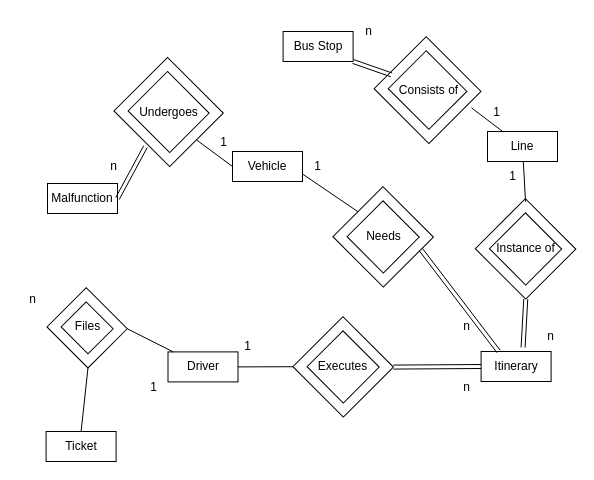
This is Untitled Diagram.drawio from kotsos2000/kotsos2000, a draw.io file, before an edit. Source tidied: cells renumbered, new cells numbered last; positions are measured from the earlier drawing's top-left corner, leaving out a move shared by most shapes. Both pictures are drawn from the tidied source at 100%, with x=0, y=0 at pixel (17, 16).
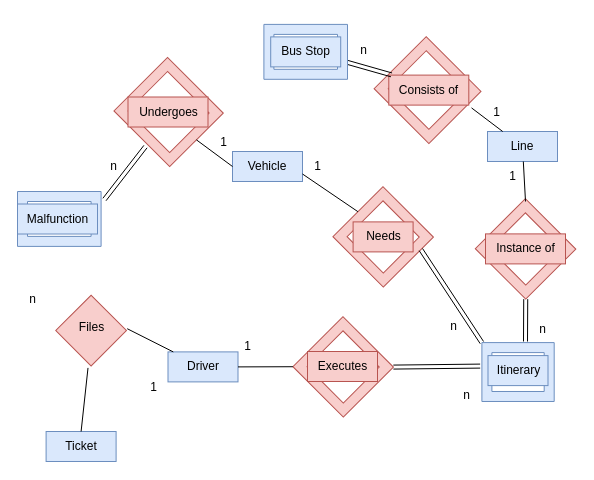
Above is the later version.

The edit, as a diff of the source:
```diff
@@
-<mxGraphModel>
+<mxGraphModel background="#ffffff">
@@
-    <mxCell id="2" value="&lt;div&gt;Vehicle&lt;/div&gt;" style="rounded=0;whiteSpace=wrap;html=1;" parent="1" vertex="1">
+    <mxCell id="2" value="&lt;div&gt;Vehicle&lt;/div&gt;" style="rounded=0;whiteSpace=wrap;html=1;fillColor=#dae8fc;strokeColor=#6c8ebf;" parent="1" vertex="1">
       <mxGeometry x="215" y="135" width="70" height="30" as="geometry" />
     </mxCell>
-    <mxCell id="3" value="&lt;div&gt;Driver&lt;/div&gt;" style="rounded=0;whiteSpace=wrap;html=1;" parent="1" vertex="1">
+    <mxCell id="3" value="&lt;div&gt;Driver&lt;/div&gt;" style="rounded=0;whiteSpace=wrap;html=1;fillColor=#dae8fc;strokeColor=#6c8ebf;" parent="1" vertex="1">
       <mxGeometry x="150.5" y="335.4" width="70" height="30" as="geometry" />
     </mxCell>
-    <mxCell id="4" value="Bus Stop" style="rounded=0;whiteSpace=wrap;html=1;" parent="1" vertex="1">
-      <mxGeometry x="265.6" y="15" width="70" height="30" as="geometry" />
-    </mxCell>
-    <mxCell id="5" value="&lt;div&gt;Line&lt;/div&gt;" style="rounded=0;whiteSpace=wrap;html=1;" parent="1" vertex="1">
+    <mxCell id="5" value="&lt;div&gt;Line&lt;/div&gt;" style="rounded=0;whiteSpace=wrap;html=1;fillColor=#dae8fc;strokeColor=#6c8ebf;" parent="1" vertex="1">
       <mxGeometry x="470" y="115" width="70" height="30" as="geometry" />
     </mxCell>
-    <mxCell id="6" value="&lt;div&gt;Itinerary&lt;/div&gt;" style="rounded=0;whiteSpace=wrap;html=1;" parent="1" vertex="1">
-      <mxGeometry x="463.6" y="335" width="70" height="30" as="geometry" />
-    </mxCell>
-    <mxCell id="7" value="&lt;div&gt;Malfunction&lt;/div&gt;" style="rounded=0;whiteSpace=wrap;html=1;" parent="1" vertex="1">
-      <mxGeometry x="30" y="167" width="70" height="30" as="geometry" />
-    </mxCell>
-    <mxCell id="8" value="&lt;div&gt;Ticket&lt;/div&gt;" style="rounded=0;whiteSpace=wrap;html=1;" parent="1" vertex="1">
+    <mxCell id="8" value="&lt;div&gt;Ticket&lt;/div&gt;" style="rounded=0;whiteSpace=wrap;html=1;fillColor=#dae8fc;strokeColor=#6c8ebf;" parent="1" vertex="1">
       <mxGeometry x="28.6" y="415" width="70" height="30" as="geometry" />
     </mxCell>
-    <mxCell id="9" style="verticalLabelPosition=bottom;verticalAlign=top;html=1;shape=mxgraph.basic.frame;dx=10;rotation=45;" parent="1" vertex="1">
+    <mxCell id="9" style="verticalLabelPosition=bottom;verticalAlign=top;html=1;shape=mxgraph.basic.frame;dx=10;rotation=45;fillColor=#f8cecc;strokeColor=#b85450;" parent="1" vertex="1">
       <mxGeometry x="472.4" y="197" width="71.3" height="70.8" as="geometry" />
     </mxCell>
-    <mxCell id="10" value="Instance of" style="text;html=1;align=center;verticalAlign=middle;strokeColor=none;fillColor=none;" parent="1" vertex="1">
+    <mxCell id="10" value="Instance of" style="text;html=1;align=center;verticalAlign=middle;strokeColor=#b85450;fillColor=#f8cecc;" parent="1" vertex="1">
       <mxGeometry x="468" y="217.4" width="80" height="30" as="geometry" />
     </mxCell>
@@
-    <mxCell id="12" style="shape=link;html=1;rounded=0;exitX=0.6;exitY=-0.133;exitDx=0;exitDy=0;exitPerimeter=0;entryX=1;entryY=1;entryDx=0;entryDy=0;entryPerimeter=0;" parent="1" edge="1" source="6" target="9">
-      <mxGeometry relative="1" as="geometry" />
+    <mxCell id="12" style="shape=link;html=1;rounded=0;entryX=1;entryY=1;entryDx=0;entryDy=0;entryPerimeter=0;" parent="1" edge="1" target="9">
+      <mxGeometry relative="1" as="geometry">
+        <mxPoint x="508" y="325" as="sourcePoint" />
+      </mxGeometry>
     </mxCell>
@@
     <mxCell id="14" value="n" style="text;html=1;align=center;verticalAlign=middle;strokeColor=none;fillColor=none;" parent="1" vertex="1">
-      <mxGeometry x="518" y="305" width="30" height="30" as="geometry" />
+      <mxGeometry x="510" y="297.8" width="30" height="30" as="geometry" />
     </mxCell>
-    <mxCell id="15" style="verticalLabelPosition=bottom;verticalAlign=top;html=1;shape=mxgraph.basic.frame;dx=10;rotation=45;" parent="1" vertex="1">
+    <mxCell id="15" style="verticalLabelPosition=bottom;verticalAlign=top;html=1;shape=mxgraph.basic.frame;dx=10;rotation=45;fillColor=#f8cecc;strokeColor=#b85450;" parent="1" vertex="1">
       <mxGeometry x="290" y="315" width="71.3" height="70.8" as="geometry" />
     </mxCell>
-    <mxCell id="16" value="Executes" style="text;html=1;align=center;verticalAlign=middle;strokeColor=none;fillColor=none;" parent="1" vertex="1">
+    <mxCell id="16" value="Executes" style="text;html=1;align=center;verticalAlign=middle;strokeColor=#b85450;fillColor=#f8cecc;" parent="1" vertex="1">
       <mxGeometry x="290" y="335" width="70" height="30" as="geometry" />
     </mxCell>
@@
-    <mxCell id="18" style="shape=link;html=1;rounded=0;exitX=1;exitY=0;exitDx=0;exitDy=0;exitPerimeter=0;entryX=0;entryY=0.5;entryDx=0;entryDy=0;" parent="1" edge="1" source="15" target="6">
+    <mxCell id="18" style="shape=link;html=1;rounded=0;exitX=1;exitY=0;exitDx=0;exitDy=0;exitPerimeter=0;entryX=1.024;entryY=0.601;entryDx=0;entryDy=0;entryPerimeter=0;" parent="1" edge="1" source="15" target="45">
       <mxGeometry relative="1" as="geometry" />
     </mxCell>
@@
     <mxCell id="20" value="n" style="text;html=1;align=center;verticalAlign=middle;strokeColor=none;fillColor=none;" parent="1" vertex="1">
-      <mxGeometry x="433.6" y="355.8" width="30" height="30" as="geometry" />
+      <mxGeometry x="433.6" y="363.9" width="30" height="30" as="geometry" />
     </mxCell>
-    <mxCell id="21" style="verticalLabelPosition=bottom;verticalAlign=top;html=1;shape=mxgraph.basic.frame;dx=10;rotation=45;" parent="1" vertex="1">
+    <mxCell id="21" style="verticalLabelPosition=bottom;verticalAlign=top;html=1;shape=mxgraph.basic.frame;dx=10;rotation=45;fillColor=#f8cecc;strokeColor=#b85450;" parent="1" vertex="1">
       <mxGeometry x="330" y="185" width="71.3" height="70.8" as="geometry" />
     </mxCell>
@@
-    <mxCell id="23" style="shape=link;html=1;rounded=0;exitX=0;exitY=0;exitDx=71.28;exitDy=17.7;exitPerimeter=0;entryX=0.25;entryY=0;entryDx=0;entryDy=0;" parent="1" edge="1" source="21" target="6">
+    <mxCell id="23" style="shape=link;html=1;rounded=0;exitX=0;exitY=0;exitDx=71.28;exitDy=17.7;exitPerimeter=0;entryX=1;entryY=1;entryDx=0;entryDy=0;entryPerimeter=0;" parent="1" edge="1" source="21" target="45">
       <mxGeometry relative="1" as="geometry" />
     </mxCell>
-    <mxCell id="24" value="Needs" style="text;html=1;align=center;verticalAlign=middle;strokeColor=none;fillColor=none;" parent="1" vertex="1">
+    <mxCell id="24" value="Needs" style="text;html=1;align=center;verticalAlign=middle;strokeColor=#b85450;fillColor=#f8cecc;" parent="1" vertex="1">
       <mxGeometry x="335.6" y="205.4" width="60" height="30" as="geometry" />
     </mxCell>
@@
     <mxCell id="26" value="n" style="text;html=1;align=center;verticalAlign=middle;strokeColor=none;fillColor=none;" parent="1" vertex="1">
-      <mxGeometry x="433.6" y="295" width="30" height="30" as="geometry" />
+      <mxGeometry x="421.3" y="295" width="30" height="30" as="geometry" />
     </mxCell>
-    <mxCell id="27" style="verticalLabelPosition=bottom;verticalAlign=top;html=1;shape=mxgraph.basic.frame;dx=10;rotation=45;" parent="1" vertex="1">
+    <mxCell id="27" style="verticalLabelPosition=bottom;verticalAlign=top;html=1;shape=mxgraph.basic.frame;dx=10;rotation=45;fillColor=#f8cecc;strokeColor=#b85450;" parent="1" vertex="1">
       <mxGeometry x="371.3" y="36.7" width="77.5" height="73.7" as="geometry" />
     </mxCell>
-    <mxCell id="28" value="Consists of" style="text;html=1;align=center;verticalAlign=middle;points=[];strokeColor=none;fillColor=none;" parent="1" vertex="1">
+    <mxCell id="28" value="Consists of" style="text;html=1;align=center;verticalAlign=middle;points=[];strokeColor=#b85450;fillColor=#f8cecc;" parent="1" vertex="1">
       <mxGeometry x="371.3" y="58.6" width="80" height="30" as="geometry" />
     </mxCell>
@@
-    <mxCell id="30" style="shape=link;html=1;rounded=0;exitX=1;exitY=1;exitDx=0;exitDy=0;entryX=0.034;entryY=-0.007;entryDx=0;entryDy=0;entryPerimeter=0;" parent="1" edge="1" source="4" target="28">
+    <mxCell id="30" style="shape=link;html=1;rounded=0;exitX=0;exitY=0;exitDx=0;exitDy=16.9275;entryX=0.034;entryY=-0.007;entryDx=0;entryDy=0;entryPerimeter=0;exitPerimeter=0;" parent="1" edge="1" source="46" target="28">
       <mxGeometry relative="1" as="geometry" />
     </mxCell>
-    <mxCell id="31" style="verticalLabelPosition=bottom;verticalAlign=top;html=1;shape=mxgraph.basic.frame;dx=10;rotation=45;" parent="1" vertex="1">
+    <mxCell id="31" style="verticalLabelPosition=bottom;verticalAlign=top;html=1;shape=mxgraph.basic.frame;dx=10;rotation=45;fillColor=#f8cecc;strokeColor=#b85450;" parent="1" vertex="1">
       <mxGeometry x="111.7" y="57.6" width="78.8" height="75.8" as="geometry" />
     </mxCell>
-    <mxCell id="32" value="Undergoes" style="text;html=1;align=center;verticalAlign=middle;strokeColor=none;fillColor=none;" parent="1" vertex="1">
+    <mxCell id="32" value="Undergoes" style="text;html=1;align=center;verticalAlign=middle;strokeColor=#b85450;fillColor=#f8cecc;" parent="1" vertex="1">
       <mxGeometry x="110.5" y="80.5" width="80" height="30" as="geometry" />
     </mxCell>
@@
-    <mxCell id="35" style="shape=link;html=1;rounded=0;exitX=1;exitY=0.5;exitDx=0;exitDy=0;entryX=0.603;entryY=1.038;entryDx=0;entryDy=0;entryPerimeter=0;" parent="1" edge="1" source="7" target="31">
+    <mxCell id="35" style="shape=link;html=1;rounded=0;exitX=-0.04;exitY=0.854;exitDx=0;exitDy=0;entryX=0.603;entryY=1.038;entryDx=0;entryDy=0;entryPerimeter=0;exitPerimeter=0;" parent="1" edge="1" source="47" target="31">
       <mxGeometry relative="1" as="geometry" />
     </mxCell>
@@
     <mxCell id="37" value="n" style="text;html=1;align=center;verticalAlign=middle;strokeColor=none;fillColor=none;" parent="1" vertex="1">
-      <mxGeometry x="335.6" y="0.1" width="30" height="30" as="geometry" />
+      <mxGeometry x="331.3" y="18.9" width="30" height="30" as="geometry" />
     </mxCell>
@@
-    <mxCell id="39" style="verticalLabelPosition=bottom;verticalAlign=top;html=1;shape=mxgraph.basic.frame;dx=10;rotation=45;" parent="1" vertex="1">
-      <mxGeometry x="40.6" y="283.6" width="58" height="55.5" as="geometry" />
-    </mxCell>
-    <mxCell id="40" value="Files" style="text;html=1;align=center;verticalAlign=middle;strokeColor=none;fillColor=none;" parent="1" vertex="1">
-      <mxGeometry x="44.6" y="295" width="50" height="30" as="geometry" />
-    </mxCell>
-    <mxCell id="41" style="endArrow=none;html=1;rounded=0;exitX=1;exitY=0;exitDx=0;exitDy=0;exitPerimeter=0;" parent="1" edge="1" source="39" target="3">
-      <mxGeometry relative="1" as="geometry" />
+    <mxCell id="41" style="endArrow=none;html=1;rounded=0;exitX=1;exitY=0;exitDx=0;exitDy=0;exitPerimeter=0;" parent="1" edge="1" target="3">
+      <mxGeometry relative="1" as="geometry">
+        <mxPoint x="109.7" y="312.2" as="sourcePoint" />
+      </mxGeometry>
     </mxCell>
-    <mxCell id="42" style="endArrow=none;html=1;rounded=0;exitX=0.5;exitY=0;exitDx=0;exitDy=0;entryX=1;entryY=1;entryDx=0;entryDy=0;entryPerimeter=0;" parent="1" edge="1" source="8" target="39">
-      <mxGeometry relative="1" as="geometry" />
+    <mxCell id="42" style="endArrow=none;html=1;rounded=0;exitX=0.5;exitY=0;exitDx=0;exitDy=0;entryX=1;entryY=1;entryDx=0;entryDy=0;entryPerimeter=0;" parent="1" edge="1" source="8">
+      <mxGeometry relative="1" as="geometry">
+        <mxPoint x="70.5" y="351.4" as="targetPoint" />
+      </mxGeometry>
     </mxCell>
@@
+    <mxCell id="45" style="verticalLabelPosition=bottom;verticalAlign=top;html=1;shape=mxgraph.basic.frame;dx=10;rotation=-180;fillColor=#dae8fc;strokeColor=#6c8ebf;" parent="1" vertex="1">
+      <mxGeometry x="464.4" y="326.1" width="72.3" height="58.9" as="geometry" />
+    </mxCell>
+    <mxCell id="6" value="Itinerary" style="text;html=1;align=center;verticalAlign=middle;points=[];strokeColor=#6c8ebf;fillColor=#dae8fc;" parent="1" vertex="1">
+      <mxGeometry x="470.5" y="339.1" width="60" height="30" as="geometry" />
+    </mxCell>
+    <mxCell id="46" style="verticalLabelPosition=bottom;verticalAlign=top;html=1;shape=mxgraph.basic.frame;dx=10;rotation=-180;fillColor=#dae8fc;strokeColor=#6c8ebf;" parent="1" vertex="1">
+      <mxGeometry x="246.4" y="7.9" width="83.6" height="54.9" as="geometry" />
+    </mxCell>
+    <mxCell id="4" value="Bus Stop" style="text;html=1;align=center;verticalAlign=middle;points=[];strokeColor=#6c8ebf;fillColor=#dae8fc;" parent="1" vertex="1">
+      <mxGeometry x="253.2" y="20.4" width="70" height="30" as="geometry" />
+    </mxCell>
+    <mxCell id="47" style="verticalLabelPosition=bottom;verticalAlign=top;html=1;shape=mxgraph.basic.frame;dx=10;rotation=-180;fillColor=#dae8fc;strokeColor=#6c8ebf;" parent="1" vertex="1">
+      <mxGeometry y="175" width="83.6" height="54.9" as="geometry" />
+    </mxCell>
+    <mxCell id="7" value="Malfunction" style="text;html=1;align=center;verticalAlign=middle;points=[];strokeColor=#6c8ebf;fillColor=#dae8fc;" parent="1" vertex="1">
+      <mxGeometry y="187.5" width="80" height="30" as="geometry" />
+    </mxCell>
+    <mxCell id="48" style="whiteSpace=wrap;html=1;fillColor=#f8cecc;rotation=45;strokeColor=#b85450;" parent="1" vertex="1">
+      <mxGeometry x="48.6" y="289.1" width="50" height="50" as="geometry" />
+    </mxCell>
+    <mxCell id="40" value="Files" style="text;html=1;align=center;verticalAlign=middle;strokeColor=none;fillColor=none;" parent="1" vertex="1">
+      <mxGeometry x="48.6" y="296.1" width="50" height="30" as="geometry" />
+    </mxCell>
```
